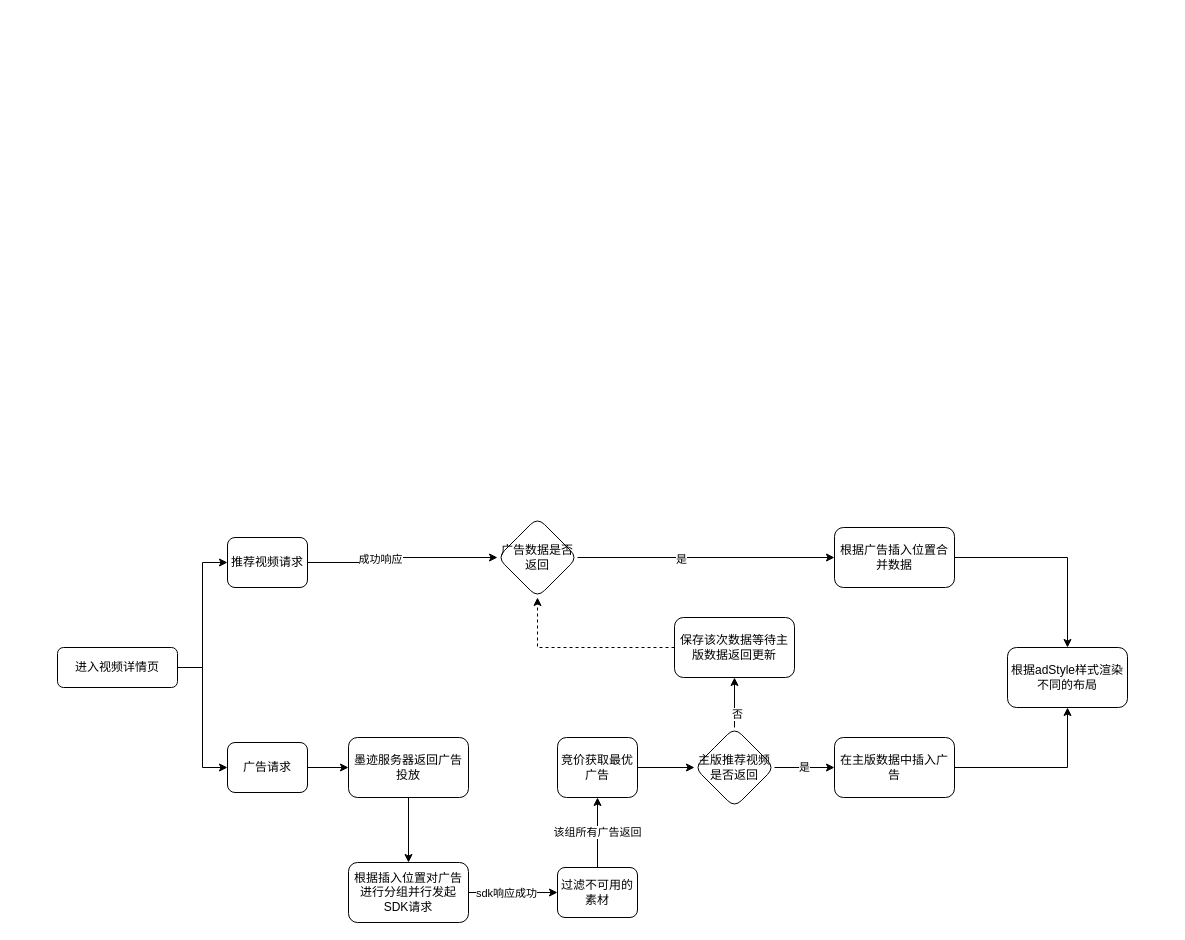
Above: moji/feed小视频广告流程图.drawio in HengqianSong/drawIO (draw.io), before the change. Source tidied: cells renumbered, new cells numbered last; positions are measured from the earlier drawing's top-left corner, leaving out a move shared by most shapes. Both pictures are drawn from the tidied source at 100%, with x=0, y=0 at pixel (57, 517).
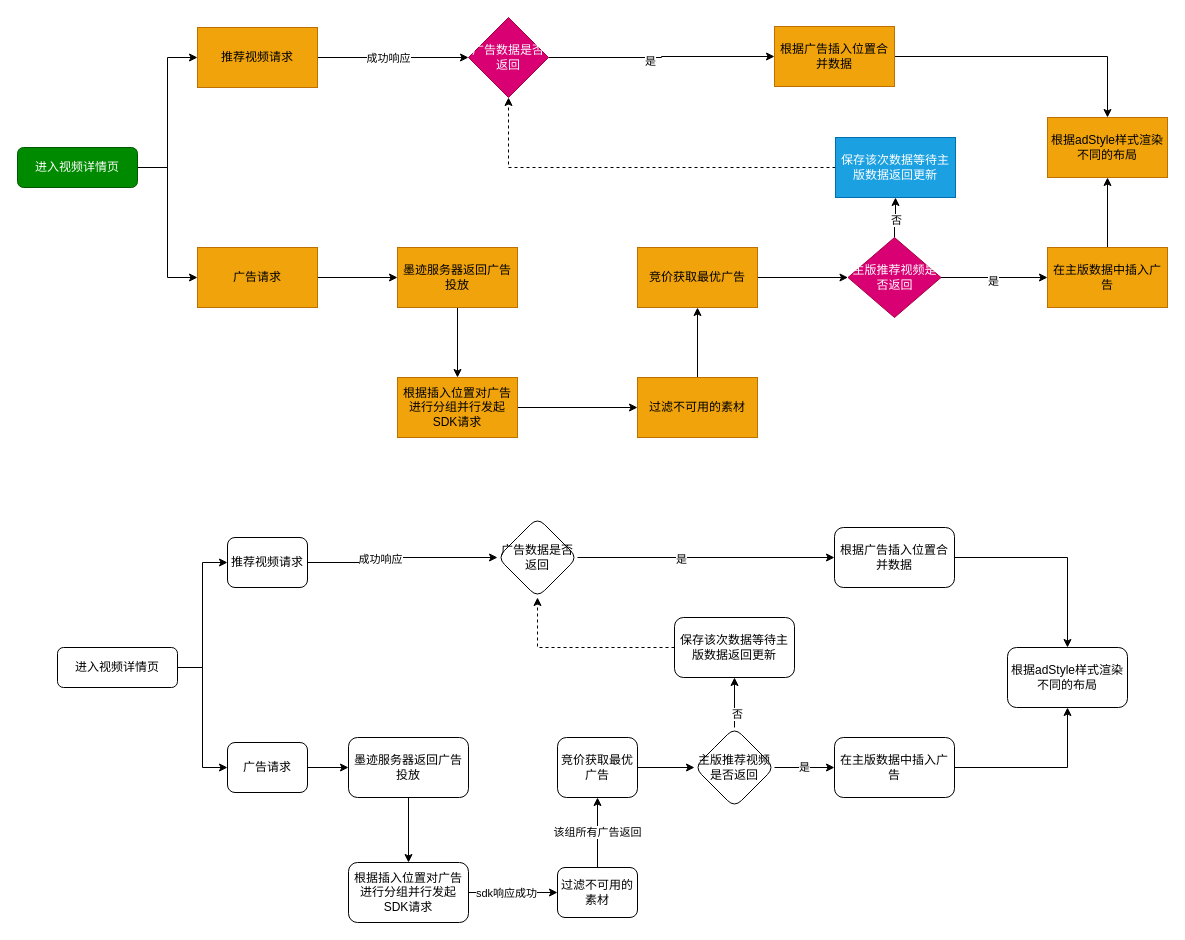
The same diagram, later.

Commit message:
更新feed小视频广告流程图.drawio

Diff of the diagram source:
```diff
@@
+    <mxCell id="33" style="edgeStyle=orthogonalEdgeStyle;rounded=0;jettySize=auto;html=1;entryX=0;entryY=0.5;entryDx=0;entryDy=0;" parent="1" edge="1" source="35" target="38">
+      <mxGeometry relative="1" as="geometry" />
+    </mxCell>
+    <mxCell id="34" style="edgeStyle=orthogonalEdgeStyle;rounded=0;jettySize=auto;html=1;entryX=0;entryY=0.5;entryDx=0;entryDy=0;" parent="1" edge="1" source="35" target="40">
+      <mxGeometry relative="1" as="geometry" />
+    </mxCell>
+    <mxCell id="35" value="进入视频详情页" style="rounded=1;whiteSpace=wrap;html=1;fillColor=#008a00;fontColor=#ffffff;strokeColor=#005700;" parent="1" vertex="1">
+      <mxGeometry x="-40" y="-370" width="120" height="40" as="geometry" />
+    </mxCell>
+    <mxCell id="36" style="edgeStyle=orthogonalEdgeStyle;rounded=0;jettySize=auto;html=1;entryX=0;entryY=0.5;entryDx=0;entryDy=0;" parent="1" edge="1" source="38" target="43">
+      <mxGeometry relative="1" as="geometry" />
+    </mxCell>
+    <mxCell id="37" value="成功响应" style="edgeLabel;html=1;align=center;verticalAlign=middle;" parent="36" vertex="1">
+      <mxGeometry x="-0.08" relative="1" as="geometry">
+        <mxPoint x="1" as="offset" />
+      </mxGeometry>
+    </mxCell>
+    <mxCell id="38" value="推荐视频请求" style="whiteSpace=wrap;html=1;fillColor=#f0a30a;fontColor=#000000;strokeColor=#BD7000;" parent="1" vertex="1">
+      <mxGeometry x="140" y="-490" width="120" height="60" as="geometry" />
+    </mxCell>
+    <mxCell id="39" style="edgeStyle=orthogonalEdgeStyle;rounded=0;jettySize=auto;html=1;entryX=0;entryY=0.5;entryDx=0;entryDy=0;" parent="1" edge="1" source="40" target="48">
+      <mxGeometry relative="1" as="geometry" />
+    </mxCell>
+    <mxCell id="40" value="广告请求" style="whiteSpace=wrap;html=1;fillColor=#f0a30a;fontColor=#000000;strokeColor=#BD7000;" parent="1" vertex="1">
+      <mxGeometry x="140" y="-270" width="120" height="60" as="geometry" />
+    </mxCell>
+    <mxCell id="41" style="edgeStyle=orthogonalEdgeStyle;rounded=0;jettySize=auto;html=1;entryX=0;entryY=0.5;entryDx=0;entryDy=0;" parent="1" edge="1" source="43" target="45">
+      <mxGeometry relative="1" as="geometry" />
+    </mxCell>
+    <mxCell id="42" value="是" style="edgeLabel;html=1;align=center;verticalAlign=middle;" parent="41" vertex="1">
+      <mxGeometry x="-0.11" y="-3" relative="1" as="geometry" />
+    </mxCell>
+    <mxCell id="43" value="广告数据是否返回" style="rhombus;whiteSpace=wrap;html=1;rounded=0;fillColor=#d80073;fontColor=#ffffff;strokeColor=#A50040;" parent="1" vertex="1">
+      <mxGeometry x="411" y="-500" width="80" height="80" as="geometry" />
+    </mxCell>
+    <mxCell id="44" style="edgeStyle=orthogonalEdgeStyle;rounded=0;jettySize=auto;html=1;" parent="1" edge="1" source="45" target="46">
+      <mxGeometry relative="1" as="geometry" />
+    </mxCell>
+    <mxCell id="45" value="根据广告插入位置合并数据" style="whiteSpace=wrap;html=1;fillColor=#f0a30a;fontColor=#000000;strokeColor=#BD7000;" parent="1" vertex="1">
+      <mxGeometry x="717" y="-491" width="120" height="60" as="geometry" />
+    </mxCell>
+    <mxCell id="46" value="根据adStyle样式渲染不同的布局" style="whiteSpace=wrap;html=1;fillColor=#f0a30a;fontColor=#000000;strokeColor=#BD7000;" parent="1" vertex="1">
+      <mxGeometry x="990" y="-400" width="120" height="60" as="geometry" />
+    </mxCell>
+    <mxCell id="47" style="edgeStyle=orthogonalEdgeStyle;rounded=0;jettySize=auto;html=1;" parent="1" edge="1" source="48" target="50">
+      <mxGeometry relative="1" as="geometry" />
+    </mxCell>
+    <mxCell id="48" value="墨迹服务器返回广告投放" style="whiteSpace=wrap;html=1;fillColor=#f0a30a;fontColor=#000000;strokeColor=#BD7000;" parent="1" vertex="1">
+      <mxGeometry x="340" y="-270" width="120" height="60" as="geometry" />
+    </mxCell>
+    <mxCell id="49" style="edgeStyle=orthogonalEdgeStyle;rounded=0;jettySize=auto;html=1;" parent="1" edge="1" source="50" target="52">
+      <mxGeometry relative="1" as="geometry" />
+    </mxCell>
+    <mxCell id="50" value="根据插入位置对广告进行分组并行发起SDK请求" style="whiteSpace=wrap;html=1;fillColor=#f0a30a;fontColor=#000000;strokeColor=#BD7000;" parent="1" vertex="1">
+      <mxGeometry x="340" y="-140" width="120" height="60" as="geometry" />
+    </mxCell>
+    <mxCell id="51" style="edgeStyle=orthogonalEdgeStyle;rounded=0;jettySize=auto;html=1;entryX=0.5;entryY=1;entryDx=0;entryDy=0;" parent="1" edge="1" source="52" target="54">
+      <mxGeometry relative="1" as="geometry" />
+    </mxCell>
+    <mxCell id="52" value="过滤不可用的素材" style="whiteSpace=wrap;html=1;fillColor=#f0a30a;fontColor=#000000;strokeColor=#BD7000;" parent="1" vertex="1">
+      <mxGeometry x="580" y="-140" width="120" height="60" as="geometry" />
+    </mxCell>
+    <mxCell id="53" style="edgeStyle=orthogonalEdgeStyle;rounded=0;jettySize=auto;html=1;" parent="1" edge="1" source="54" target="59">
+      <mxGeometry relative="1" as="geometry" />
+    </mxCell>
+    <mxCell id="54" value="竞价获取最优广告" style="whiteSpace=wrap;html=1;fillColor=#f0a30a;fontColor=#000000;strokeColor=#BD7000;" parent="1" vertex="1">
+      <mxGeometry x="580" y="-270" width="120" height="60" as="geometry" />
+    </mxCell>
+    <mxCell id="55" style="edgeStyle=orthogonalEdgeStyle;rounded=0;jettySize=auto;html=1;" parent="1" edge="1" source="59" target="61">
+      <mxGeometry relative="1" as="geometry" />
+    </mxCell>
+    <mxCell id="56" value="是" style="edgeLabel;html=1;align=center;verticalAlign=middle;" parent="55" vertex="1">
+      <mxGeometry y="-3" relative="1" as="geometry">
+        <mxPoint x="-1" as="offset" />
+      </mxGeometry>
+    </mxCell>
+    <mxCell id="57" style="edgeStyle=orthogonalEdgeStyle;rounded=0;jettySize=auto;html=1;" parent="1" edge="1" source="59" target="63">
+      <mxGeometry relative="1" as="geometry" />
+    </mxCell>
+    <mxCell id="58" value="否" style="edgeLabel;html=1;align=center;verticalAlign=middle;" parent="57" vertex="1">
+      <mxGeometry x="-0.13" relative="1" as="geometry">
+        <mxPoint x="1" as="offset" />
+      </mxGeometry>
+    </mxCell>
+    <mxCell id="59" value="主版推荐视频是否返回" style="rhombus;whiteSpace=wrap;html=1;rounded=0;fillColor=#d80073;fontColor=#ffffff;strokeColor=#A50040;" parent="1" vertex="1">
+      <mxGeometry x="790.5" y="-280" width="93" height="80" as="geometry" />
+    </mxCell>
+    <mxCell id="60" style="edgeStyle=orthogonalEdgeStyle;rounded=0;jettySize=auto;html=1;" parent="1" edge="1" source="61" target="46">
+      <mxGeometry relative="1" as="geometry" />
+    </mxCell>
+    <mxCell id="61" value="在主版数据中插入广告" style="whiteSpace=wrap;html=1;fillColor=#f0a30a;fontColor=#000000;strokeColor=#BD7000;" parent="1" vertex="1">
+      <mxGeometry x="990" y="-270" width="120" height="60" as="geometry" />
+    </mxCell>
+    <mxCell id="62" style="edgeStyle=orthogonalEdgeStyle;rounded=0;jettySize=auto;html=1;entryX=0.5;entryY=1;entryDx=0;entryDy=0;dashed=1;" parent="1" edge="1" source="63" target="43">
+      <mxGeometry relative="1" as="geometry" />
+    </mxCell>
+    <mxCell id="63" value="保存该次数据等待主版数据返回更新" style="whiteSpace=wrap;html=1;rounded=0;fillColor=#1ba1e2;fontColor=#ffffff;strokeColor=#006EAF;" parent="1" vertex="1">
+      <mxGeometry x="778" y="-380" width="120" height="60" as="geometry" />
+    </mxCell>
```
